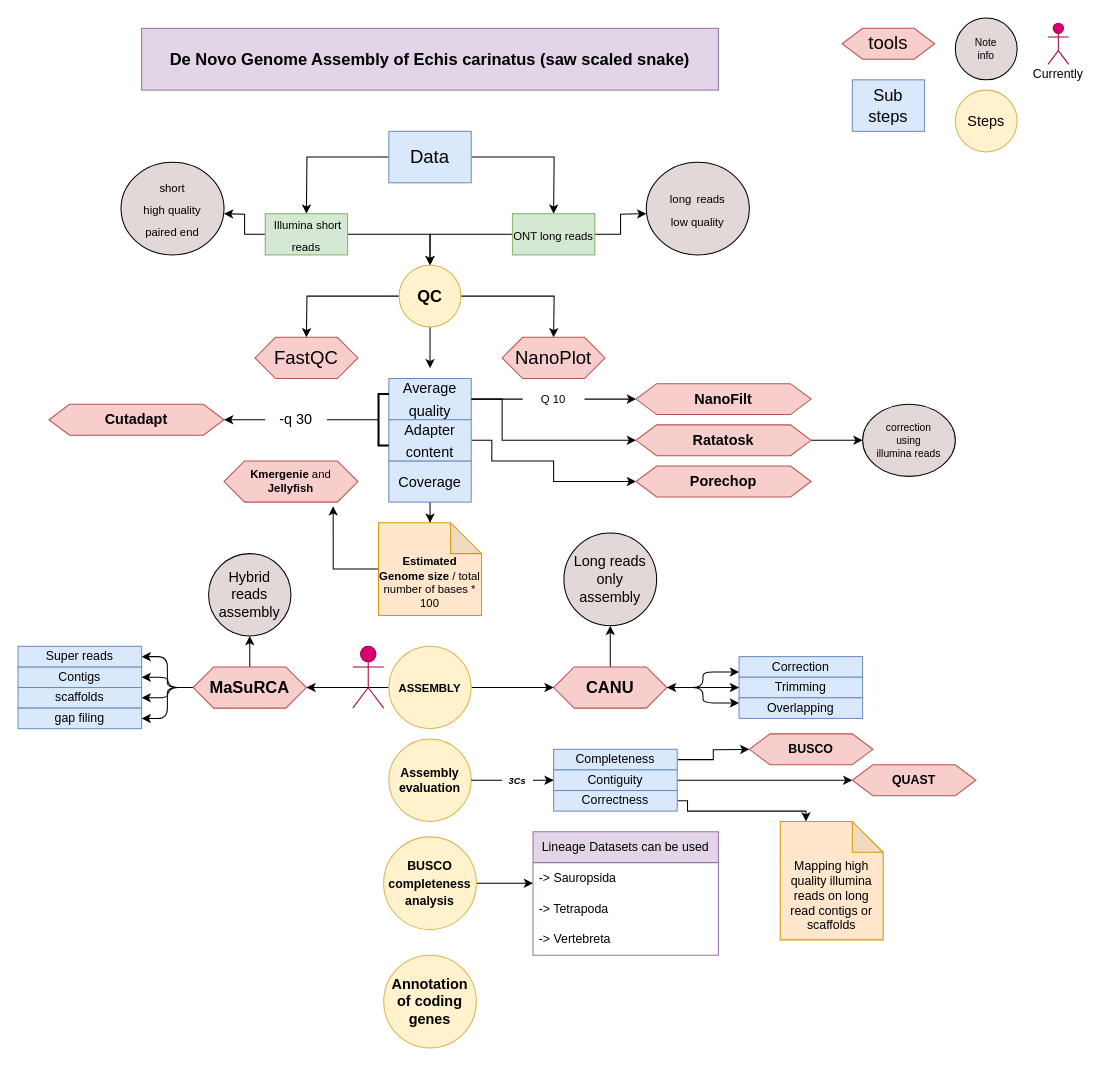
anukrati0306/anukrati0306 keeps this draw.io diagram as Untitled Diagram.drawio. Above is the earlier version. Source tidied: cells renumbered, new cells numbered last; positions are measured from the earlier drawing's top-left corner, leaving out a move shared by most shapes. Both pictures are drawn from the tidied source at 103%, with x=0, y=0 at pixel (18, 18).
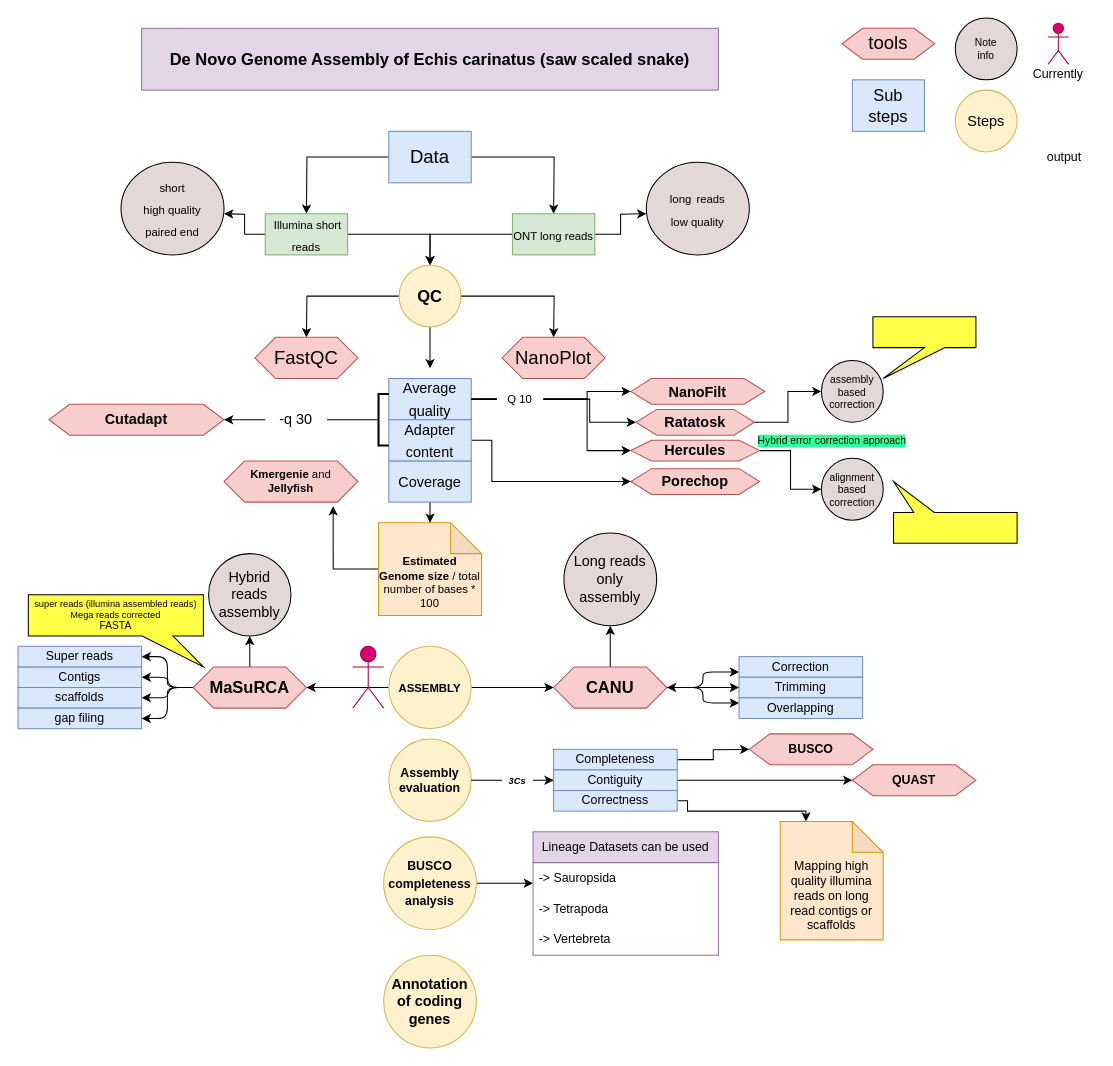
The same page after the edit.

Unchanged cells that the change refers to:
```xml
<mxCell id="23" value="&lt;font style=&quot;font-size: 14px;&quot;&gt;Average&lt;/font&gt; &lt;font style=&quot;font-size: 14px;&quot;&gt;quality&lt;/font&gt;" style="rounded=0;whiteSpace=wrap;html=1;fontSize=18;fillColor=#dae8fc;strokeColor=#6c8ebf;" parent="1" vertex="1">
  <mxGeometry x="360" y="350" width="80" height="40" as="geometry" />
</mxCell>
<mxCell id="27" value="&lt;font style=&quot;font-size: 14px;&quot;&gt;Adapter&lt;/font&gt; &lt;font style=&quot;font-size: 14px;&quot;&gt;content&lt;/font&gt;" style="rounded=0;whiteSpace=wrap;html=1;fontSize=18;fillColor=#dae8fc;strokeColor=#6c8ebf;" parent="1" vertex="1">
  <mxGeometry x="360" y="390" width="80" height="40" as="geometry" />
</mxCell>
```

Diff of the diagram source:
```diff
@@
-    <mxCell id="21" style="edgeStyle=orthogonalEdgeStyle;rounded=0;jettySize=auto;html=1;fontSize=14;fontColor=#000000;startArrow=none;" parent="1" edge="1" source="36">
-      <mxGeometry relative="1" as="geometry">
-        <mxPoint x="600" y="370" as="targetPoint" />
-      </mxGeometry>
+    <mxCell id="21" style="edgeStyle=orthogonalEdgeStyle;rounded=0;jettySize=auto;html=1;fontSize=14;fontColor=#000000;startArrow=none;entryX=0;entryY=0.5;entryDx=0;entryDy=0;" parent="1" edge="1" source="36" target="30">
+      <mxGeometry relative="1" as="geometry" />
     </mxCell>
-    <mxCell id="22" style="edgeStyle=orthogonalEdgeStyle;rounded=0;jettySize=auto;html=1;fontSize=11;fontColor=#000000;" parent="1" edge="1" source="23">
-      <mxGeometry relative="1" as="geometry">
-        <mxPoint x="600" y="410" as="targetPoint" />
-        <Array as="points">
-          <mxPoint x="470" y="370" />
-          <mxPoint x="470" y="410" />
-        </Array>
-      </mxGeometry>
-    </mxCell>
+    <mxCell id="93" style="edgeStyle=orthogonalEdgeStyle;rounded=0;jettySize=auto;html=1;entryX=0;entryY=0.5;entryDx=0;entryDy=0;fontSize=10;startArrow=none;" parent="1" edge="1" source="36" target="38">
+      <mxGeometry relative="1" as="geometry" />
+    </mxCell>
+    <mxCell id="94" style="edgeStyle=orthogonalEdgeStyle;rounded=0;jettySize=auto;html=1;entryX=0;entryY=0.5;entryDx=0;entryDy=0;fontSize=10;startArrow=none;" parent="1" edge="1" source="36" target="100">
+      <mxGeometry relative="1" as="geometry" />
+    </mxCell>
@@
     <mxCell id="26" style="edgeStyle=orthogonalEdgeStyle;rounded=0;jettySize=auto;html=1;entryX=0;entryY=0.5;entryDx=0;entryDy=0;fontSize=11;fontColor=#000000;exitX=1;exitY=0.5;exitDx=0;exitDy=0;" parent="1" edge="1" source="27" target="29">
       <mxGeometry relative="1" as="geometry">
         <Array as="points">
           <mxPoint x="460" y="410" />
-          <mxPoint x="460" y="430" />
-          <mxPoint x="520" y="430" />
-          <mxPoint x="520" y="450" />
+          <mxPoint x="460" y="450" />
         </Array>
       </mxGeometry>
     </mxCell>
@@
     <mxCell id="29" value="&lt;b&gt;Porechop&lt;/b&gt;" style="shape=hexagon;perimeter=hexagonPerimeter2;whiteSpace=wrap;html=1;fixedSize=1;fontSize=14;fillColor=#f8cecc;strokeColor=#b85450;rounded=0;" parent="1" vertex="1">
-      <mxGeometry x="600" y="435" width="170" height="30" as="geometry" />
+      <mxGeometry x="595" y="437.5" width="125" height="25" as="geometry" />
     </mxCell>
     <mxCell id="30" value="&lt;b&gt;NanoFilt&lt;/b&gt;" style="shape=hexagon;perimeter=hexagonPerimeter2;whiteSpace=wrap;html=1;fixedSize=1;fontSize=14;fillColor=#f8cecc;strokeColor=#b85450;rounded=0;" parent="1" vertex="1">
-      <mxGeometry x="600" y="355" width="170" height="30" as="geometry" />
+      <mxGeometry x="595" y="350" width="130" height="25" as="geometry" />
     </mxCell>
@@
-    <mxCell id="36" value="Q 10" style="text;html=1;strokeColor=none;fillColor=none;align=center;verticalAlign=middle;whiteSpace=wrap;rounded=0;fontSize=11;fontColor=#000000;" parent="1" vertex="1">
-      <mxGeometry x="490" y="355" width="60" height="30" as="geometry" />
-    </mxCell>
-    <mxCell id="37" style="edgeStyle=orthogonalEdgeStyle;rounded=0;jettySize=auto;html=1;fontSize=11;fontColor=#000000;" parent="1" edge="1" source="38">
-      <mxGeometry relative="1" as="geometry">
-        <mxPoint x="820" y="410" as="targetPoint" />
-      </mxGeometry>
-    </mxCell>
+    <mxCell id="95" style="edgeStyle=orthogonalEdgeStyle;rounded=0;jettySize=auto;html=1;fontSize=10;entryX=0;entryY=0.5;entryDx=0;entryDy=0;" parent="1" edge="1" source="38" target="102">
+      <mxGeometry relative="1" as="geometry" />
+    </mxCell>
     <mxCell id="38" value="&lt;b&gt;Ratatosk&lt;/b&gt;" style="shape=hexagon;perimeter=hexagonPerimeter2;whiteSpace=wrap;html=1;fixedSize=1;fontSize=14;fillColor=#f8cecc;strokeColor=#b85450;rounded=0;" parent="1" vertex="1">
-      <mxGeometry x="600" y="395" width="170" height="30" as="geometry" />
+      <mxGeometry x="600" y="380" width="115" height="25" as="geometry" />
     </mxCell>
-    <mxCell id="39" value="&lt;div&gt;&lt;font style=&quot;font-size: 10px;&quot;&gt;correction&lt;/font&gt;&lt;/div&gt;&lt;div&gt;&lt;font style=&quot;font-size: 10px;&quot;&gt;using&lt;/font&gt;&lt;/div&gt;&lt;div&gt;&lt;font style=&quot;font-size: 10px;&quot;&gt;illumina&lt;/font&gt; &lt;font style=&quot;font-size: 10px;&quot;&gt;reads&lt;/font&gt;&lt;br&gt;&lt;/div&gt;" style="ellipse;whiteSpace=wrap;html=1;fontSize=11;fontColor=#000000;fillColor=#e2d8d8;gradientColor=none;rounded=0;" parent="1" vertex="1">
-      <mxGeometry x="820" y="375" width="90" height="70" as="geometry" />
-    </mxCell>
@@
+    <mxCell id="96" value="output" style="text;html=1;strokeColor=none;fillColor=none;align=center;verticalAlign=middle;whiteSpace=wrap;rounded=0;" parent="1" vertex="1">
+      <mxGeometry x="986" y="120" width="60" height="30" as="geometry" />
+    </mxCell>
+    <mxCell id="97" value="&lt;div&gt;super reads (illumina assembled reads)&lt;/div&gt;&lt;div&gt;Mega reads corrected&lt;/div&gt;&lt;div&gt;&lt;font style=&quot;font-size: 10px;&quot;&gt;FASTA&lt;/font&gt;&lt;br&gt;&lt;/div&gt;" style="shape=callout;whiteSpace=wrap;html=1;perimeter=calloutPerimeter;fontSize=9;fillColor=#FFFF45;position2=1;base=30;size=30;position=0.65;" parent="1" vertex="1">
+      <mxGeometry x="10" y="560" width="170" height="70" as="geometry" />
+    </mxCell>
+    <mxCell id="98" style="edgeStyle=orthogonalEdgeStyle;rounded=0;jettySize=auto;html=1;entryX=0;entryY=0.5;entryDx=0;entryDy=0;fontSize=10;endArrow=none;" parent="1" edge="1" source="23" target="36">
+      <mxGeometry relative="1" as="geometry" />
+    </mxCell>
+    <mxCell id="99" style="edgeStyle=orthogonalEdgeStyle;rounded=0;jettySize=auto;html=1;fontSize=10;entryX=0;entryY=0.5;entryDx=0;entryDy=0;" parent="1" edge="1" source="100" target="103">
+      <mxGeometry relative="1" as="geometry" />
+    </mxCell>
+    <mxCell id="100" value="&lt;b&gt;Hercules&lt;/b&gt;" style="shape=hexagon;perimeter=hexagonPerimeter2;whiteSpace=wrap;html=1;fixedSize=1;fontSize=14;fillColor=#f8cecc;strokeColor=#b85450;rounded=0;" parent="1" vertex="1">
+      <mxGeometry x="595" y="410" width="125" height="20" as="geometry" />
+    </mxCell>
+    <mxCell id="101" style="edgeStyle=orthogonalEdgeStyle;rounded=0;jettySize=auto;html=1;entryX=0;entryY=0.5;entryDx=0;entryDy=0;fontSize=10;endArrow=none;" parent="1" edge="1" source="23" target="36">
+      <mxGeometry relative="1" as="geometry" />
+    </mxCell>
+    <mxCell id="36" value="Q 10" style="text;html=1;strokeColor=none;fillColor=none;align=center;verticalAlign=middle;whiteSpace=wrap;rounded=0;fontSize=11;fontColor=#000000;" parent="1" vertex="1">
+      <mxGeometry x="465" y="355" width="45" height="30" as="geometry" />
+    </mxCell>
+    <mxCell id="102" value="&lt;div&gt;assembly &lt;br&gt;&lt;/div&gt;&lt;div&gt;based &lt;br&gt;&lt;/div&gt;&lt;div&gt;correction&lt;br&gt;&lt;/div&gt;" style="ellipse;whiteSpace=wrap;html=1;fontSize=10;fontColor=#000000;fillColor=#e2d8d8;gradientColor=none;rounded=0;" parent="1" vertex="1">
+      <mxGeometry x="780" y="332.5" width="60" height="60" as="geometry" />
+    </mxCell>
+    <mxCell id="103" value="&lt;div&gt;alignment&lt;/div&gt;&lt;div&gt;based&lt;/div&gt;&lt;div&gt;correction&lt;br&gt;&lt;/div&gt;" style="ellipse;whiteSpace=wrap;html=1;fontSize=10;fontColor=#000000;fillColor=#e2d8d8;gradientColor=none;rounded=0;" parent="1" vertex="1">
+      <mxGeometry x="780" y="427.5" width="60" height="60" as="geometry" />
+    </mxCell>
+    <mxCell id="104" value="Hybrid error correction approach" style="text;html=1;align=center;verticalAlign=middle;strokeColor=none;fillColor=none;fontSize=10;labelBackgroundColor=#33FF99;" parent="1" vertex="1">
+      <mxGeometry x="705" y="395" width="170" height="30" as="geometry" />
+    </mxCell>
+    <mxCell id="105" style="shape=callout;whiteSpace=wrap;html=1;perimeter=calloutPerimeter;labelBackgroundColor=#33FF99;fontSize=10;fillColor=#FFFF45;position2=1;size=30;position=0.67;base=20;rotation=-180;" parent="1" vertex="1">
+      <mxGeometry x="850" y="450" width="120" height="60" as="geometry" />
+    </mxCell>
+    <mxCell id="106" style="shape=callout;whiteSpace=wrap;html=1;perimeter=calloutPerimeter;labelBackgroundColor=#33FF99;fontSize=10;fillColor=#FFFF45;position2=0.1;" parent="1" vertex="1">
+      <mxGeometry x="830" y="290" width="100" height="60" as="geometry" />
+    </mxCell>
```
